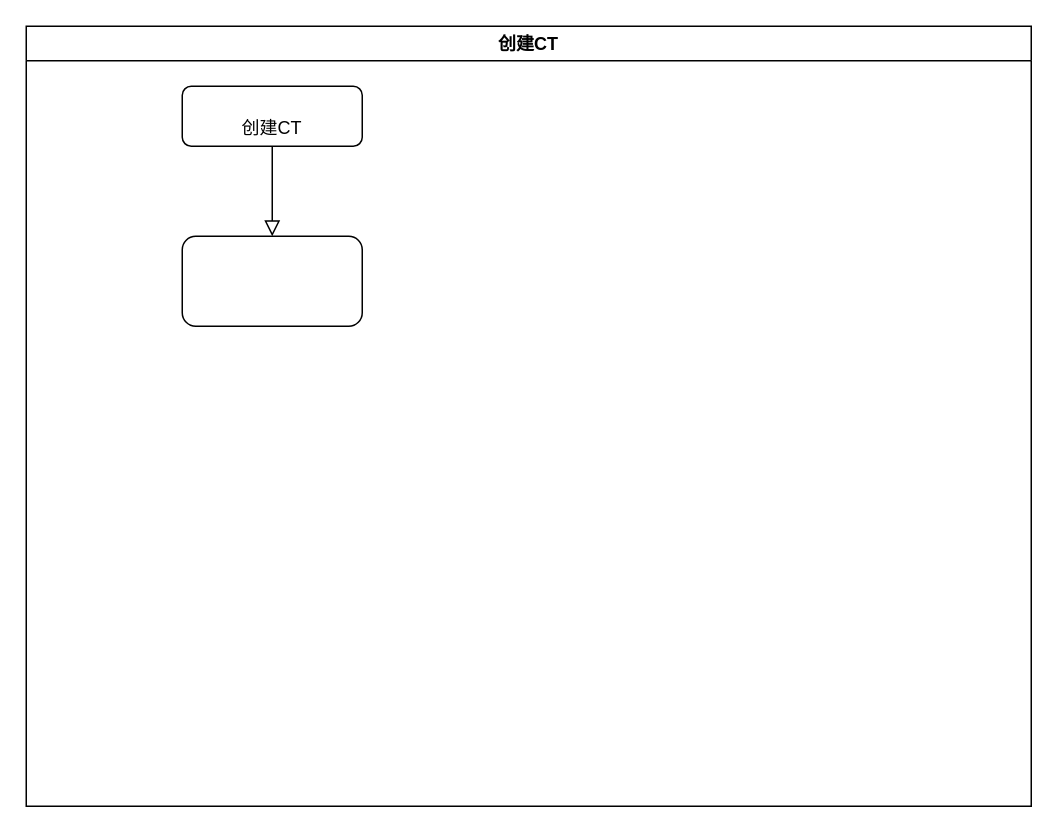
This is 未命名绘图.drawio from chenxh3799/diagrams, a draw.io file, before an edit. Source tidied: cells renumbered, new cells numbered last; positions are measured from the earlier drawing's top-left corner, leaving out a move shared by most shapes. Both pictures are drawn from the tidied source at 150%, with x=0, y=0 at pixel (26, 26).
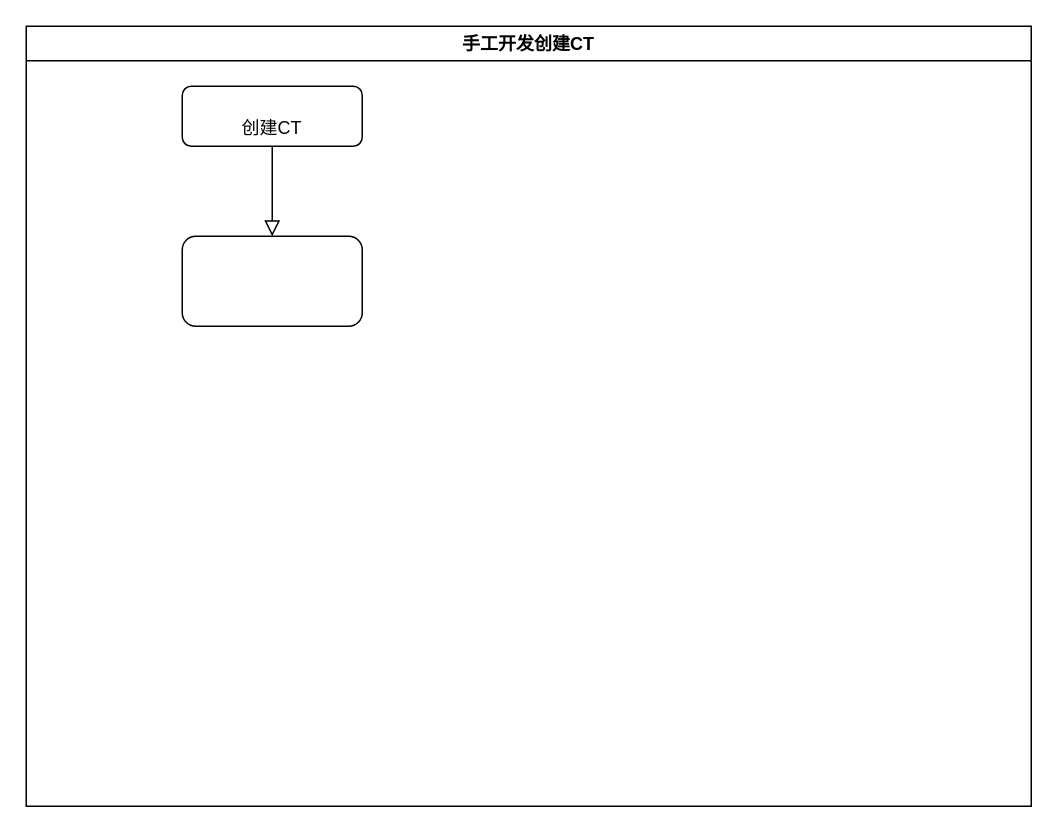
Above is the later version.

Commit message:
更新未命名绘图.drawio

What changed in the source:
```diff
@@
 <mxGraphModel>
   <root>
     <mxCell id="0" />
     <mxCell id="1" parent="0" />
-    <mxCell id="2" value="创建CT" style="swimlane;" parent="1" vertex="1">
+    <mxCell id="2" value="手工开发创建CT" style="swimlane;" parent="1" vertex="1">
       <mxGeometry width="670" height="520" as="geometry" />
     </mxCell>
     <mxCell id="3" value="&lt;br&gt;创建CT" style="rounded=1;whiteSpace=wrap;html=1;fontSize=12;glass=0;strokeWidth=1;shadow=0;" parent="2" vertex="1">
       <mxGeometry x="104" y="40" width="120" height="40" as="geometry" />
     </mxCell>
     <mxCell id="4" style="rounded=1;whiteSpace=wrap;html=1;" parent="2" vertex="1">
       <mxGeometry x="104" y="140" width="120" height="60" as="geometry" />
     </mxCell>
     <mxCell id="5" style="rounded=0;html=1;jettySize=auto;fontSize=11;endArrow=block;endFill=0;endSize=8;strokeWidth=1;shadow=0;labelBackgroundColor=none;edgeStyle=orthogonalEdgeStyle;" parent="2" edge="1" source="3" target="4">
       <mxGeometry relative="1" as="geometry" />
     </mxCell>
   </root>
 </mxGraphModel>
```
